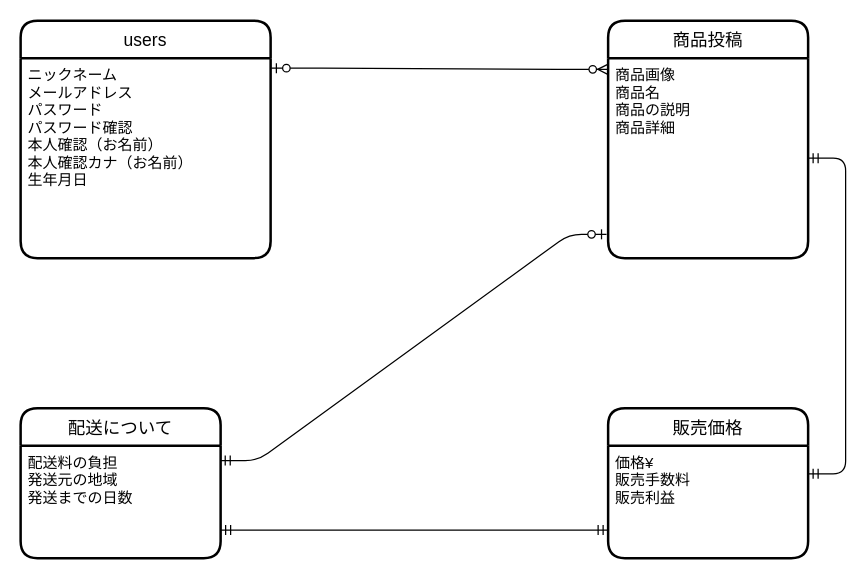
The draw.io diagram フリマER図.dio in yasuhito1105/furima-41744, before the edit. Source tidied: cells renumbered, new cells numbered last; positions are measured from the earlier drawing's top-left corner, leaving out a move shared by most shapes. Both pictures are drawn from the tidied source at 125%, with x=0, y=0 at pixel (20, 20).
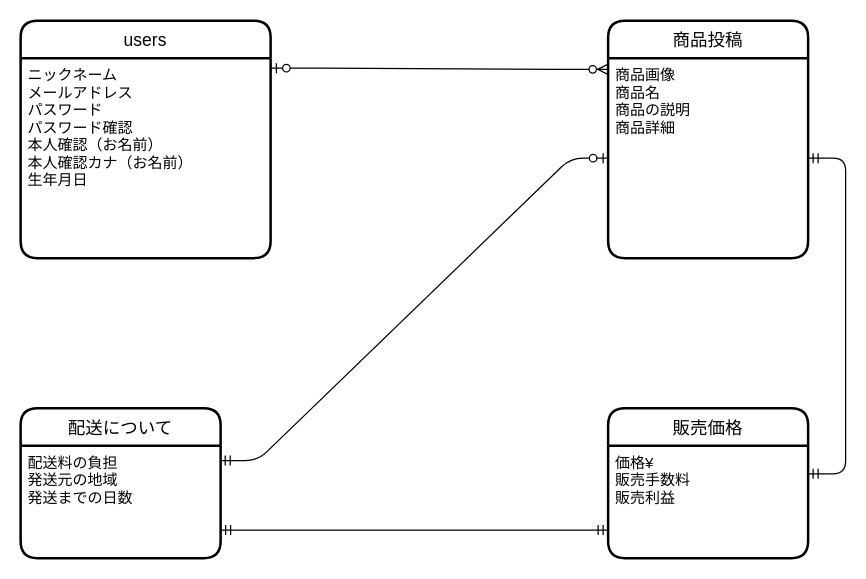
The same diagram, later.

Commit message (it also covers changes not shown here):
データベースER図とREADMEの編集

What changed in the source:
```diff
@@
 <mxGraphModel>
   <root>
     <mxCell id="0" />
     <mxCell id="1" parent="0" />
     <mxCell id="2" value="users" style="swimlane;horizontal=1;startSize=30;rounded=1;fontSize=14;fontStyle=0;strokeWidth=2;shadow=0;dashed=0;align=center;" parent="1" vertex="1">
       <mxGeometry width="200" height="190" as="geometry" />
     </mxCell>
     <mxCell id="3" value="ニックネーム&#10;メールアドレス&#10;パスワード&#10;パスワード確認&#10;本人確認（お名前）&#10;本人確認カナ（お名前）&#10;生年月日" style="align=left;strokeColor=none;fillColor=none;spacingLeft=4;fontSize=12;verticalAlign=top;" parent="2" vertex="1">
       <mxGeometry y="30" width="200" height="160" as="geometry" />
     </mxCell>
     <mxCell id="4" value="商品投稿" style="swimlane;horizontal=1;startSize=30;rounded=1;fontSize=14;fontStyle=0;strokeWidth=2;shadow=0;dashed=0;align=center;" parent="1" vertex="1">
       <mxGeometry x="470" width="160" height="190" as="geometry" />
     </mxCell>
     <mxCell id="5" value="商品画像&#10;商品名&#10;商品の説明&#10;商品詳細&#10;" style="align=left;strokeColor=none;fillColor=none;spacingLeft=4;fontSize=12;verticalAlign=top;" parent="4" vertex="1">
       <mxGeometry y="30" width="160" height="160" as="geometry" />
     </mxCell>
     <mxCell id="6" value="配送について" style="swimlane;horizontal=1;startSize=30;rounded=1;fontSize=14;fontStyle=0;strokeWidth=2;shadow=0;dashed=0;align=center;" parent="1" vertex="1">
       <mxGeometry y="310" width="160" height="120" as="geometry" />
     </mxCell>
     <mxCell id="7" value="配送料の負担&#10;発送元の地域&#10;発送までの日数" style="align=left;strokeColor=none;fillColor=none;spacingLeft=4;fontSize=12;verticalAlign=top;" parent="6" vertex="1">
       <mxGeometry y="30" width="160" height="90" as="geometry" />
     </mxCell>
     <mxCell id="8" value="販売価格" style="swimlane;horizontal=1;startSize=30;rounded=1;fontSize=14;fontStyle=0;strokeWidth=2;shadow=0;dashed=0;align=center;" parent="1" vertex="1">
       <mxGeometry x="470" y="310" width="160" height="120" as="geometry" />
     </mxCell>
     <mxCell id="9" value="価格¥&#10;販売手数料&#10;販売利益" style="align=left;strokeColor=none;fillColor=none;spacingLeft=4;fontSize=12;verticalAlign=top;" parent="8" vertex="1">
       <mxGeometry y="30" width="160" height="90" as="geometry" />
     </mxCell>
     <mxCell id="10" style="edgeStyle=entityRelationEdgeStyle;fontSize=12;html=1;endArrow=ERmandOne;startArrow=ERmandOne;exitX=1;exitY=0.75;exitDx=0;exitDy=0;entryX=0;entryY=0.75;entryDx=0;entryDy=0;" parent="1" edge="1" source="7" target="9">
       <mxGeometry relative="1" as="geometry" />
     </mxCell>
     <mxCell id="11" style="edgeStyle=entityRelationEdgeStyle;fontSize=12;html=1;endArrow=ERzeroToMany;startArrow=ERzeroToOne;entryX=-0.002;entryY=0.056;entryDx=0;entryDy=0;exitX=1.003;exitY=0.05;exitDx=0;exitDy=0;exitPerimeter=0;entryPerimeter=0;" parent="1" edge="1" source="3" target="5">
       <mxGeometry relative="1" as="geometry" />
     </mxCell>
-    <mxCell id="12" style="edgeStyle=entityRelationEdgeStyle;fontSize=12;html=1;endArrow=ERzeroToOne;startArrow=ERmandOne;entryX=-0.008;entryY=0.881;entryDx=0;entryDy=0;entryPerimeter=0;exitX=0.998;exitY=0.133;exitDx=0;exitDy=0;exitPerimeter=0;" parent="1" edge="1" source="7" target="5">
+    <mxCell id="12" style="edgeStyle=entityRelationEdgeStyle;fontSize=12;html=1;endArrow=ERzeroToOne;startArrow=ERmandOne;exitX=0.998;exitY=0.133;exitDx=0;exitDy=0;exitPerimeter=0;entryX=0;entryY=0.5;entryDx=0;entryDy=0;" parent="1" edge="1" source="7" target="5">
       <mxGeometry relative="1" as="geometry" />
     </mxCell>
     <mxCell id="13" style="edgeStyle=entityRelationEdgeStyle;fontSize=12;html=1;endArrow=ERmandOne;startArrow=ERmandOne;exitX=1;exitY=0.25;exitDx=0;exitDy=0;" parent="1" edge="1" source="9" target="5">
       <mxGeometry relative="1" as="geometry" />
     </mxCell>
   </root>
 </mxGraphModel>
```
